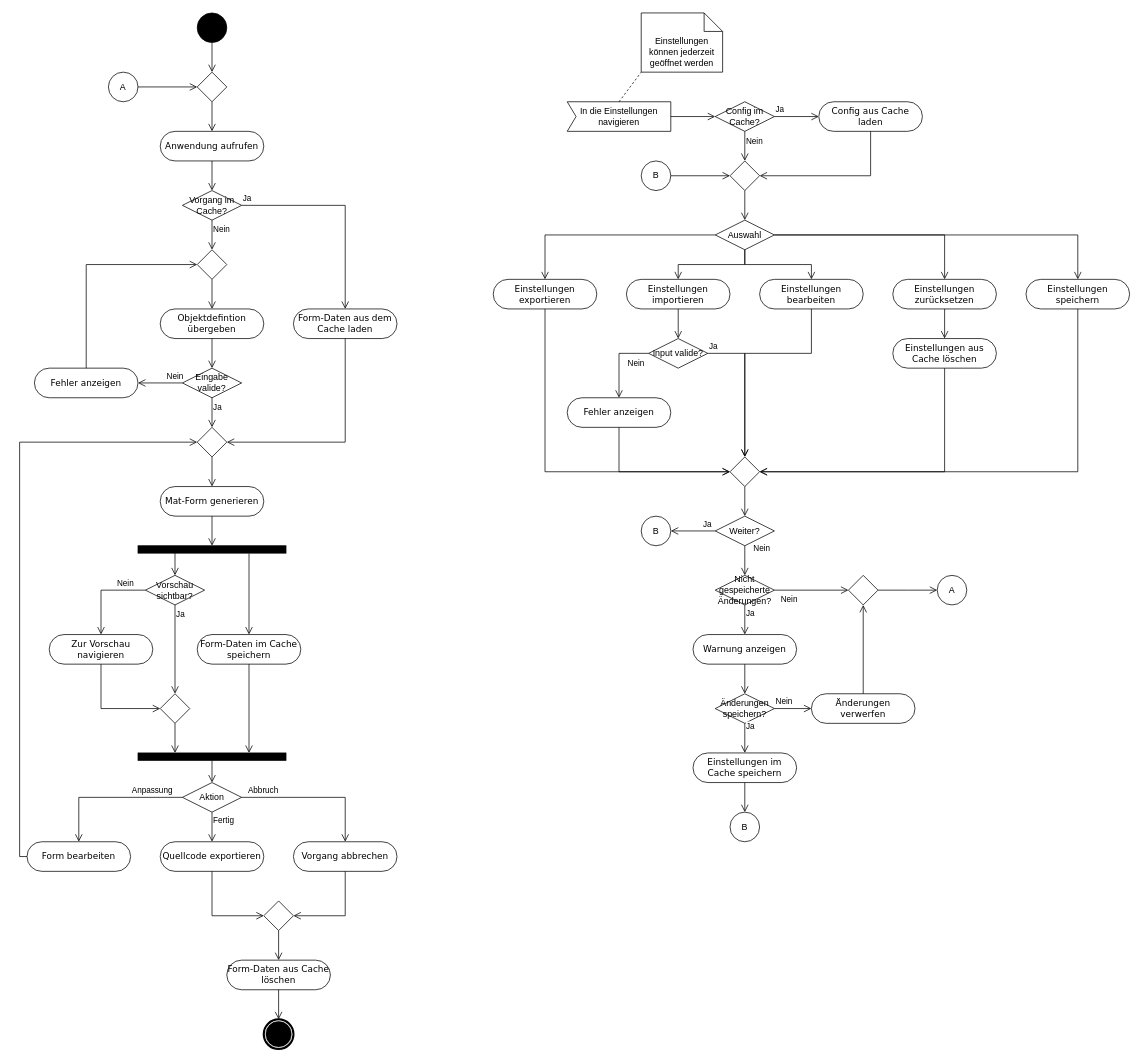
Above: resources/Aktivitätsdiagramm.drawio in IfSince/major-project-resources (draw.io), before the change. Source tidied: cells renumbered, new cells numbered last; positions are measured from the earlier drawing's top-left corner, leaving out a move shared by most shapes. Both pictures are drawn from the tidied source at 74%, with x=0, y=0 at pixel (27, 13).
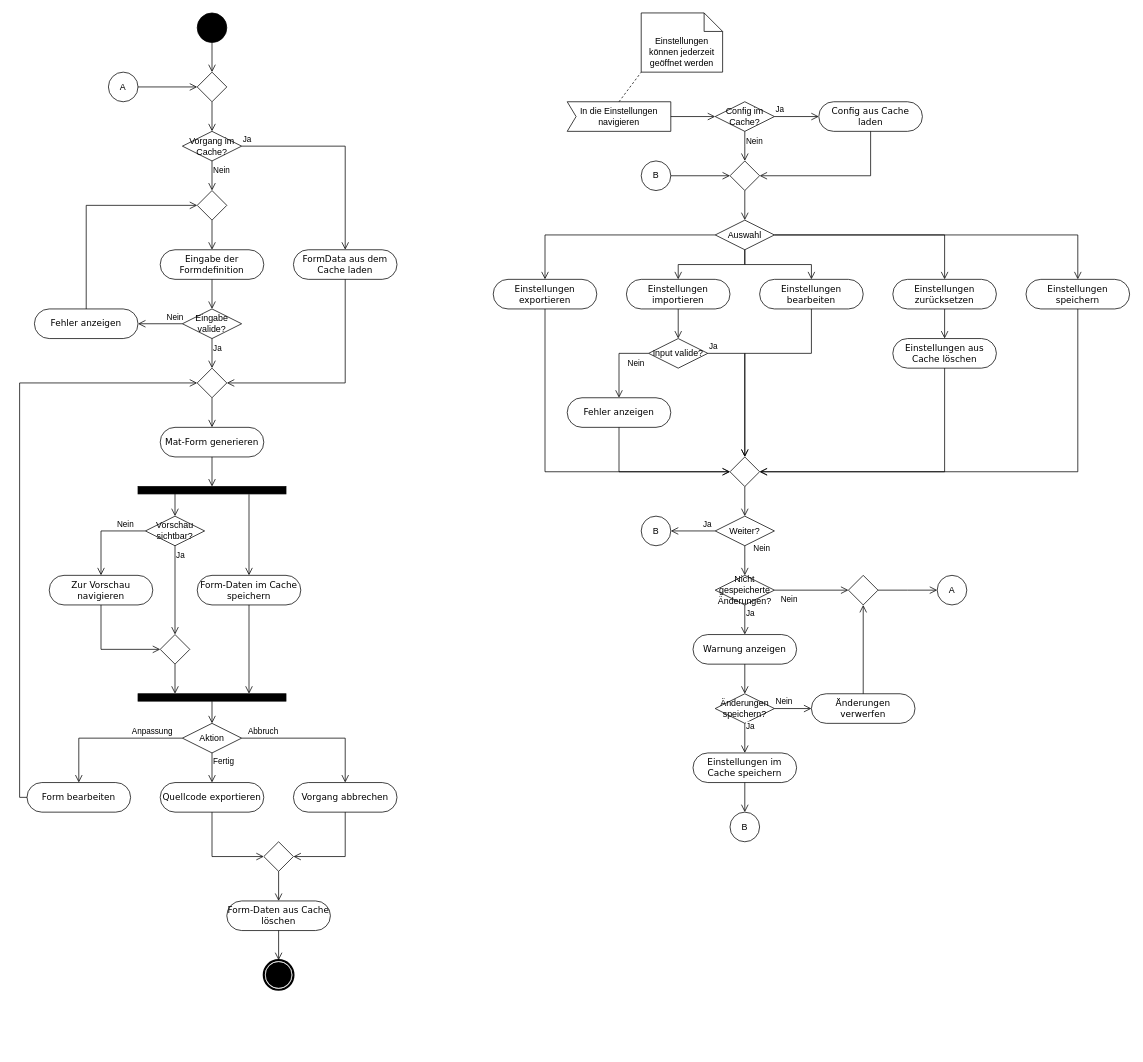
The same diagram, later.

Unchanged cells that the change refers to:
```xml
<mxCell id="114" style="rhombus;whiteSpace=wrap;html=1;" parent="1" vertex="1">
  <mxGeometry x="230" y="80" width="40" height="40" as="geometry" />
</mxCell>
```

The edit, as a diff of the source:
```diff
@@
-    <mxCell id="3" style="edgeStyle=orthogonalEdgeStyle;html=1;align=left;verticalAlign=bottom;endArrow=open;endSize=8;strokeColor=#000000;rounded=0;exitX=0.5;exitY=1;exitDx=0;exitDy=0;" parent="1" edge="1" source="114" target="4">
-      <mxGeometry x="-1" relative="1" as="geometry" />
-    </mxCell>
-    <mxCell id="4" value="Anwendung aufrufen" style="rounded=1;whiteSpace=wrap;html=1;shadow=0;comic=0;labelBackgroundColor=none;strokeWidth=1;fontFamily=Verdana;fontSize=12;align=center;arcSize=50;" parent="1" vertex="1">
-      <mxGeometry x="180" y="160" width="140" height="40" as="geometry" />
-    </mxCell>
     <mxCell id="5" value="Vorgang im Cache?" style="rhombus;whiteSpace=wrap;html=1;" parent="1" vertex="1">
-      <mxGeometry x="210" y="240" width="80" height="40" as="geometry" />
+      <mxGeometry x="210" y="160" width="80" height="40" as="geometry" />
     </mxCell>
@@
-    <mxCell id="8" style="edgeStyle=orthogonalEdgeStyle;html=1;align=left;verticalAlign=bottom;endArrow=open;endSize=8;strokeColor=#000000;rounded=0;exitX=0.5;exitY=1;exitDx=0;exitDy=0;entryX=0.5;entryY=0;entryDx=0;entryDy=0;" parent="1" edge="1" source="4" target="5">
+    <mxCell id="8" style="edgeStyle=orthogonalEdgeStyle;html=1;align=left;verticalAlign=bottom;endArrow=open;endSize=8;strokeColor=#000000;rounded=0;entryX=0.5;entryY=0;entryDx=0;entryDy=0;" parent="1" edge="1" source="114" target="5">
       <mxGeometry x="-1" relative="1" as="geometry" />
     </mxCell>
-    <mxCell id="9" value="Objektdefintion übergeben" style="rounded=1;whiteSpace=wrap;html=1;shadow=0;comic=0;labelBackgroundColor=none;strokeWidth=1;fontFamily=Verdana;fontSize=12;align=center;arcSize=50;" parent="1" vertex="1">
-      <mxGeometry x="180" y="400" width="140" height="40" as="geometry" />
+    <mxCell id="9" value="Eingabe der Formdefinition" style="rounded=1;whiteSpace=wrap;html=1;shadow=0;comic=0;labelBackgroundColor=none;strokeWidth=1;fontFamily=Verdana;fontSize=12;align=center;arcSize=50;" parent="1" vertex="1">
+      <mxGeometry x="180" y="320" width="140" height="40" as="geometry" />
     </mxCell>
-    <mxCell id="10" value="Form-Daten aus dem Cache laden" style="rounded=1;whiteSpace=wrap;html=1;shadow=0;comic=0;labelBackgroundColor=none;strokeWidth=1;fontFamily=Verdana;fontSize=12;align=center;arcSize=50;" parent="1" vertex="1">
-      <mxGeometry x="360" y="400" width="140" height="40" as="geometry" />
+    <mxCell id="10" value="FormData aus dem Cache laden" style="rounded=1;whiteSpace=wrap;html=1;shadow=0;comic=0;labelBackgroundColor=none;strokeWidth=1;fontFamily=Verdana;fontSize=12;align=center;arcSize=50;" parent="1" vertex="1">
+      <mxGeometry x="360" y="320" width="140" height="40" as="geometry" />
     </mxCell>
     <mxCell id="11" value="Eingabe valide?" style="rhombus;whiteSpace=wrap;html=1;" parent="1" vertex="1">
-      <mxGeometry x="210" y="480" width="80" height="40" as="geometry" />
+      <mxGeometry x="210" y="400" width="80" height="40" as="geometry" />
     </mxCell>
@@
     <mxCell id="15" value="Fehler anzeigen" style="rounded=1;whiteSpace=wrap;html=1;shadow=0;comic=0;labelBackgroundColor=none;strokeWidth=1;fontFamily=Verdana;fontSize=12;align=center;arcSize=50;" parent="1" vertex="1">
-      <mxGeometry x="10" y="480" width="140" height="40" as="geometry" />
+      <mxGeometry x="10" y="400" width="140" height="40" as="geometry" />
     </mxCell>
     <mxCell id="16" style="rhombus;whiteSpace=wrap;html=1;" parent="1" vertex="1">
-      <mxGeometry x="230" y="320" width="40" height="40" as="geometry" />
+      <mxGeometry x="230" y="240" width="40" height="40" as="geometry" />
     </mxCell>
@@
     <mxCell id="19" style="rhombus;whiteSpace=wrap;html=1;" parent="1" vertex="1">
-      <mxGeometry x="230" y="560" width="40" height="40" as="geometry" />
+      <mxGeometry x="230" y="480" width="40" height="40" as="geometry" />
     </mxCell>
     <mxCell id="20" value="Mat-Form generieren" style="rounded=1;whiteSpace=wrap;html=1;shadow=0;comic=0;labelBackgroundColor=none;strokeWidth=1;fontFamily=Verdana;fontSize=12;align=center;arcSize=50;" parent="1" vertex="1">
-      <mxGeometry x="180" y="640" width="140" height="40" as="geometry" />
+      <mxGeometry x="180" y="560" width="140" height="40" as="geometry" />
     </mxCell>
@@
     <mxCell id="23" style="whiteSpace=wrap;html=1;rounded=0;shadow=0;comic=0;labelBackgroundColor=none;strokeWidth=1;fillColor=#000000;fontFamily=Verdana;fontSize=12;align=center;rotation=0;" parent="1" vertex="1">
-      <mxGeometry x="150" y="720" width="200" height="10" as="geometry" />
+      <mxGeometry x="150" y="640" width="200" height="10" as="geometry" />
     </mxCell>
@@
     <mxCell id="26" value="Zur Vorschau navigieren" style="rounded=1;whiteSpace=wrap;html=1;shadow=0;comic=0;labelBackgroundColor=none;strokeWidth=1;fontFamily=Verdana;fontSize=12;align=center;arcSize=50;" parent="1" vertex="1">
-      <mxGeometry x="30" y="840" width="140" height="40" as="geometry" />
+      <mxGeometry x="30" y="760" width="140" height="40" as="geometry" />
     </mxCell>
     <mxCell id="27" value="Form-Daten im Cache speichern" style="rounded=1;whiteSpace=wrap;html=1;shadow=0;comic=0;labelBackgroundColor=none;strokeWidth=1;fontFamily=Verdana;fontSize=12;align=center;arcSize=50;" parent="1" vertex="1">
-      <mxGeometry x="230" y="840" width="140" height="40" as="geometry" />
+      <mxGeometry x="230" y="760" width="140" height="40" as="geometry" />
     </mxCell>
     <mxCell id="28" style="whiteSpace=wrap;html=1;rounded=0;shadow=0;comic=0;labelBackgroundColor=none;strokeWidth=1;fillColor=#000000;fontFamily=Verdana;fontSize=12;align=center;rotation=0;" parent="1" vertex="1">
-      <mxGeometry x="150" y="1000" width="200" height="10" as="geometry" />
+      <mxGeometry x="150" y="920" width="200" height="10" as="geometry" />
     </mxCell>
@@
     <mxCell id="31" value="Aktion" style="rhombus;whiteSpace=wrap;html=1;" parent="1" vertex="1">
-      <mxGeometry x="210" y="1040" width="80" height="40" as="geometry" />
+      <mxGeometry x="210" y="960" width="80" height="40" as="geometry" />
     </mxCell>
@@
     <mxCell id="34" value="Form bearbeiten" style="rounded=1;whiteSpace=wrap;html=1;shadow=0;comic=0;labelBackgroundColor=none;strokeWidth=1;fontFamily=Verdana;fontSize=12;align=center;arcSize=50;" parent="1" vertex="1">
-      <mxGeometry y="1120" width="140" height="40" as="geometry" />
+      <mxGeometry y="1040" width="140" height="40" as="geometry" />
     </mxCell>
     <mxCell id="35" value="Quellcode exportieren" style="rounded=1;whiteSpace=wrap;html=1;shadow=0;comic=0;labelBackgroundColor=none;strokeWidth=1;fontFamily=Verdana;fontSize=12;align=center;arcSize=50;" parent="1" vertex="1">
-      <mxGeometry x="180" y="1120" width="140" height="40" as="geometry" />
+      <mxGeometry x="180" y="1040" width="140" height="40" as="geometry" />
     </mxCell>
     <mxCell id="36" value="Vorgang abbrechen" style="rounded=1;whiteSpace=wrap;html=1;shadow=0;comic=0;labelBackgroundColor=none;strokeWidth=1;fontFamily=Verdana;fontSize=12;align=center;arcSize=50;" parent="1" vertex="1">
-      <mxGeometry x="360" y="1120" width="140" height="40" as="geometry" />
+      <mxGeometry x="360" y="1040" width="140" height="40" as="geometry" />
     </mxCell>
     <mxCell id="37" value="Form-Daten aus Cache löschen" style="rounded=1;whiteSpace=wrap;html=1;shadow=0;comic=0;labelBackgroundColor=none;strokeWidth=1;fontFamily=Verdana;fontSize=12;align=center;arcSize=50;" parent="1" vertex="1">
-      <mxGeometry x="270" y="1280" width="140" height="40" as="geometry" />
+      <mxGeometry x="270" y="1200" width="140" height="40" as="geometry" />
     </mxCell>
@@
     <mxCell id="44" value="Vorschau sichtbar?" style="rhombus;whiteSpace=wrap;html=1;" parent="1" vertex="1">
-      <mxGeometry x="160" y="760" width="80" height="40" as="geometry" />
+      <mxGeometry x="160" y="680" width="80" height="40" as="geometry" />
     </mxCell>
@@
     <mxCell id="48" style="rhombus;whiteSpace=wrap;html=1;" parent="1" vertex="1">
-      <mxGeometry x="180" y="920" width="40" height="40" as="geometry" />
+      <mxGeometry x="180" y="840" width="40" height="40" as="geometry" />
     </mxCell>
@@
     <mxCell id="105" style="rhombus;whiteSpace=wrap;html=1;" parent="1" vertex="1">
-      <mxGeometry x="320" y="1200" width="40" height="40" as="geometry" />
+      <mxGeometry x="320" y="1120" width="40" height="40" as="geometry" />
     </mxCell>
     <mxCell id="106" style="shape=mxgraph.bpmn.shape;html=1;verticalLabelPosition=bottom;labelBackgroundColor=#ffffff;verticalAlign=top;perimeter=ellipsePerimeter;outline=end;symbol=terminate;rounded=0;shadow=0;comic=0;strokeWidth=1;fontFamily=Verdana;fontSize=12;align=center;" parent="1" vertex="1">
-      <mxGeometry x="320" y="1360" width="40" height="40" as="geometry" />
+      <mxGeometry x="320" y="1280" width="40" height="40" as="geometry" />
     </mxCell>
```
